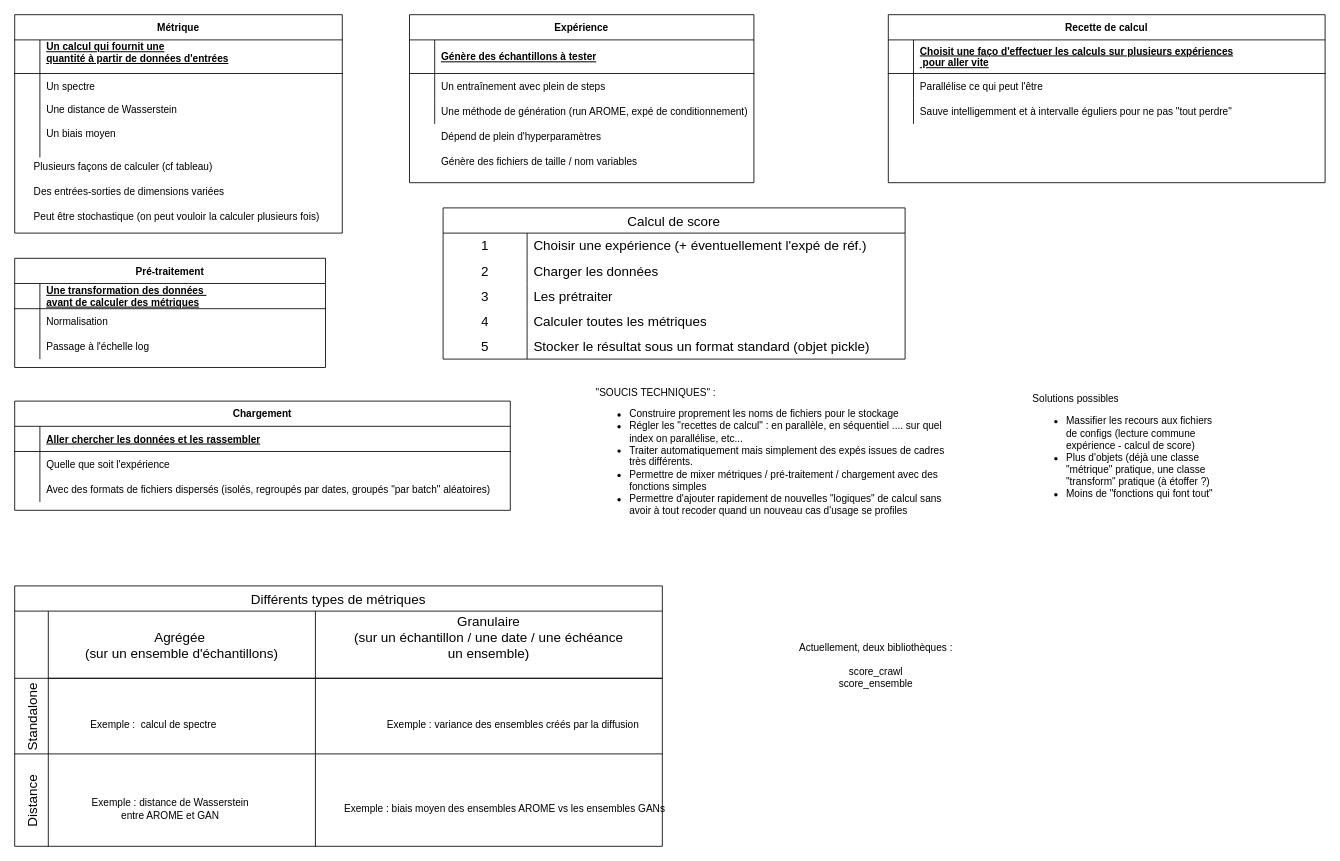
Before: schemas_score_crawl.drawio in flyIchtus/score_crawl, a draw.io diagram. Source tidied: cells renumbered, new cells numbered last; positions are measured from the earlier drawing's top-left corner, leaving out a move shared by most shapes. Both pictures are drawn from the tidied source at 84%, with x=0, y=0 at pixel (14, 14).
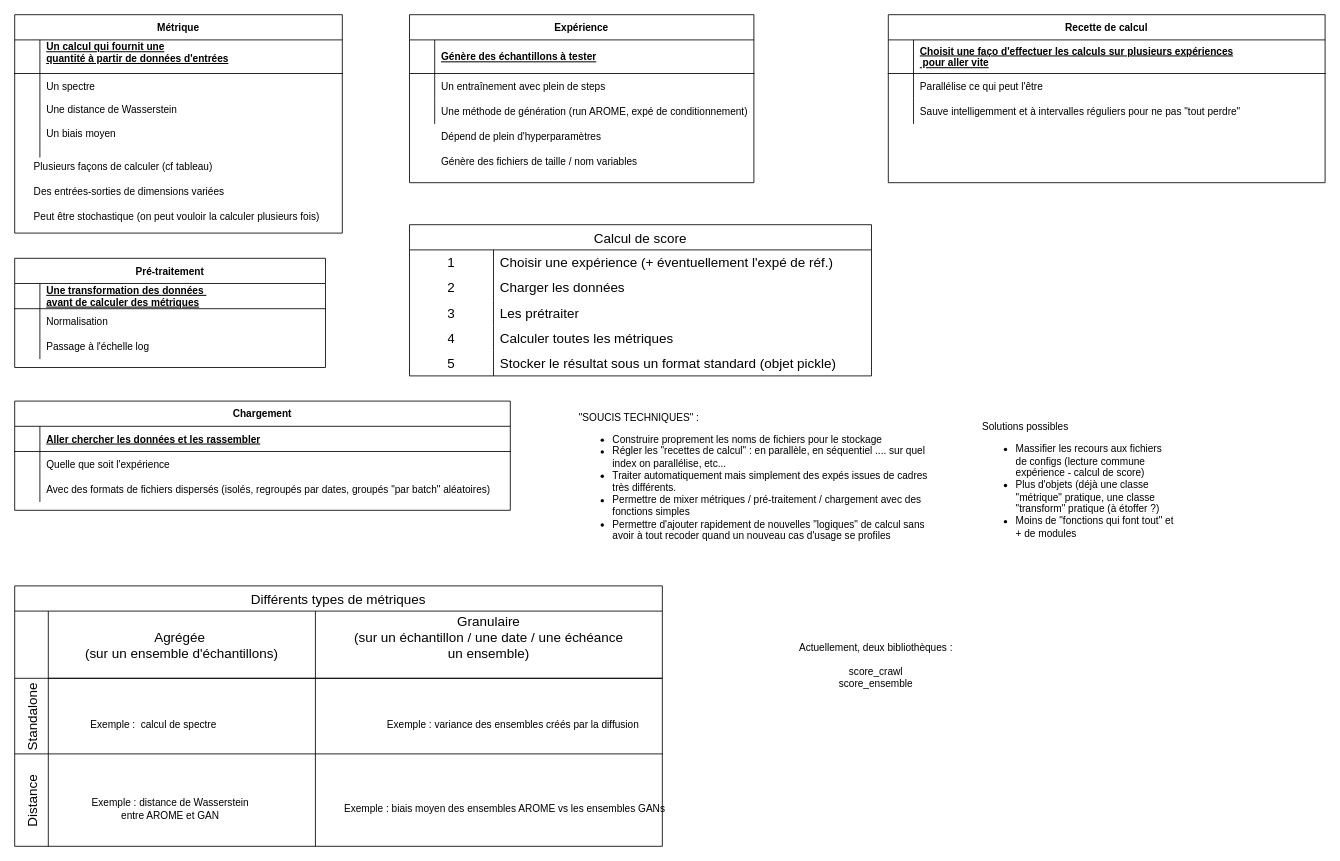
The same diagram, later.

Commit message:
Mettre à jour schemas_score_crawl.drawio

Unchanged cells that the change refers to:
```xml
<mxCell id="86" style="shape=partialRectangle;fillColor=none;top=0;left=0;right=0;bottom=0;" parent="79" vertex="1">
  <mxGeometry y="100" width="520" height="30" as="geometry" />
</mxCell>
```

What changed in the source:
```diff
@@
     <mxCell id="59" value="Calcul de score" style="shape=table;startSize=30;childLayout=tableLayout;rowLines=0;fontStyle=0;strokeColor=default;fontSize=16;" parent="1" vertex="1">
-      <mxGeometry x="510" y="230" width="550" height="180" as="geometry" />
+      <mxGeometry x="470" y="250" width="550" height="180" as="geometry" />
     </mxCell>
@@
     <mxCell id="75" value="&quot;SOUCIS TECHNIQUES&quot; : &lt;br&gt;&lt;ul&gt;&lt;li&gt;Construire proprement les noms de fichiers pour le stockage&lt;br&gt;&lt;/li&gt;&lt;li&gt;Régler les &quot;recettes de calcul&quot; : en parallèle, en séquentiel .... sur quel index on parallélise, etc...&lt;br&gt;&lt;/li&gt;&lt;li&gt;Traiter automatiquement mais simplement des expés issues de cadres très différents.&lt;/li&gt;&lt;li&gt;Permettre de mixer métriques / pré-traitement / chargement avec des fonctions simples&lt;/li&gt;&lt;li&gt;Permettre d'ajouter rapidement de nouvelles &quot;logiques&quot; de calcul sans avoir à tout recoder quand un nouveau cas d'usage se profiles&lt;/li&gt;&lt;/ul&gt;" style="text;strokeColor=none;fillColor=none;html=1;whiteSpace=wrap;verticalAlign=middle;overflow=hidden;" parent="1" vertex="1">
-      <mxGeometry x="690" y="440" width="440" height="170" as="geometry" />
+      <mxGeometry x="670" y="470" width="440" height="170" as="geometry" />
     </mxCell>
@@
-    <mxCell id="77" value="Solutions possibles&lt;br&gt;&lt;ul&gt;&lt;li&gt;Massifier les recours aux fichiers de configs (lecture commune expérience - calcul de score)&lt;br&gt;&lt;/li&gt;&lt;li&gt;Plus d'objets (déjà une classe &quot;métrique&quot; pratique, une classe &quot;transform&quot; pratique (à étoffer ?)&lt;/li&gt;&lt;li&gt;Moins de &quot;fonctions qui font tout&quot;&lt;br&gt;&lt;/li&gt;&lt;/ul&gt;" style="text;strokeColor=none;fillColor=none;html=1;whiteSpace=wrap;verticalAlign=middle;overflow=hidden;" parent="1" vertex="1">
-      <mxGeometry x="1210" y="430" width="230" height="180" as="geometry" />
+    <mxCell id="77" value="Solutions possibles&lt;br&gt;&lt;ul&gt;&lt;li&gt;Massifier les recours aux fichiers de configs (lecture commune expérience - calcul de score)&lt;br&gt;&lt;/li&gt;&lt;li&gt;Plus d'objets (déjà une classe &quot;métrique&quot; pratique, une classe &quot;transform&quot; pratique (à étoffer ?)&lt;/li&gt;&lt;li&gt;Moins de &quot;fonctions qui font tout&quot; et + de modules&lt;br&gt;&lt;/li&gt;&lt;/ul&gt;" style="text;strokeColor=none;fillColor=none;html=1;whiteSpace=wrap;verticalAlign=middle;overflow=hidden;" parent="1" vertex="1">
+      <mxGeometry x="1150" y="470" width="230" height="180" as="geometry" />
     </mxCell>
@@
-    <mxCell id="88" value="Sauve intelligemment et à intervalle éguliers pour ne pas &quot;tout perdre&quot;" style="shape=partialRectangle;overflow=hidden;fillColor=none;top=0;left=0;bottom=0;right=0;align=left;spacingLeft=6;" parent="86" vertex="1">
+    <mxCell id="88" value="Sauve intelligemment et à intervalles réguliers pour ne pas &quot;tout perdre&quot;" style="shape=partialRectangle;overflow=hidden;fillColor=none;top=0;left=0;bottom=0;right=0;align=left;spacingLeft=6;" parent="86" vertex="1">
       <mxGeometry x="30" width="490" height="30" as="geometry" />
     </mxCell>
```
